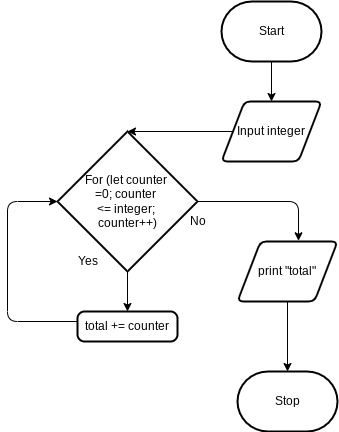
Before: design/flowchart.png, a diagram exported from draw.io (marshall-demars/ICS20-Unit5-07-JS). Source tidied: cells renumbered, new cells last; positions are measured from the earlier drawing's top-left corner, leaving out a move shared by most shapes.
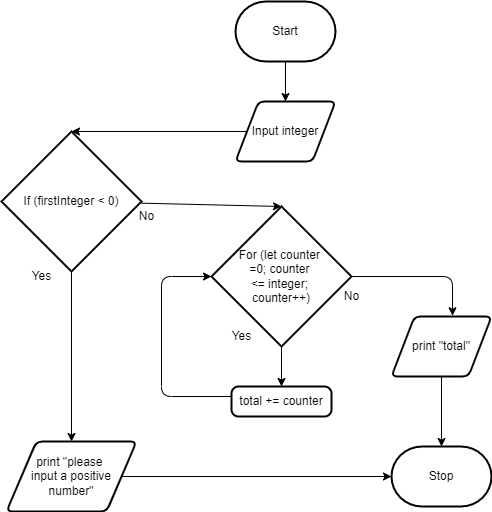
After the commit.

What changed in the source:
```diff
@@ -6,13 +6,13 @@
       <mxGeometry relative="1" as="geometry" />
     </mxCell>
     <mxCell id="3" value="Start" style="strokeWidth=2;html=1;shape=mxgraph.flowchart.terminator;whiteSpace=wrap;" parent="1" vertex="1">
-      <mxGeometry x="214" width="100" height="60" as="geometry" />
+      <mxGeometry x="74" y="-75" width="100" height="60" as="geometry" />
     </mxCell>
-    <mxCell id="4" style="edgeStyle=none;html=1;entryX=0.5;entryY=0;entryDx=0;entryDy=0;entryPerimeter=0;" parent="1" edge="1" source="5" target="8">
-      <mxGeometry relative="1" as="geometry" />
-    </mxCell>
+    <mxCell id="16" style="edgeStyle=none;html=1;entryX=0.5;entryY=0;entryDx=0;entryDy=0;entryPerimeter=0;" parent="1" edge="1" source="5" target="19">
+      <mxGeometry relative="1" as="geometry" />
+    </mxCell>
     <mxCell id="5" value="Input integer" style="shape=parallelogram;html=1;strokeWidth=2;perimeter=parallelogramPerimeter;whiteSpace=wrap;rounded=1;arcSize=12;size=0.23;" parent="1" vertex="1">
-      <mxGeometry x="214" y="100" width="100" height="60" as="geometry" />
+      <mxGeometry x="74" y="25" width="100" height="60" as="geometry" />
     </mxCell>
     <mxCell id="6" style="edgeStyle=none;html=1;" parent="1" edge="1" source="8">
       <mxGeometry relative="1" as="geometry">
@@ -51,5 +51,26 @@
     <mxCell id="15" value="total += counter" style="rounded=1;whiteSpace=wrap;html=1;absoluteArcSize=1;arcSize=14;strokeWidth=2;" parent="1" vertex="1">
       <mxGeometry x="70" y="310" width="100" height="30" as="geometry" />
     </mxCell>
+    <mxCell id="17" style="edgeStyle=none;html=1;entryX=0.5;entryY=0;entryDx=0;entryDy=0;" parent="1" edge="1" source="19" target="21">
+      <mxGeometry relative="1" as="geometry" />
+    </mxCell>
+    <mxCell id="18" style="edgeStyle=none;html=1;entryX=0.5;entryY=0;entryDx=0;entryDy=0;entryPerimeter=0;" parent="1" edge="1" source="19" target="8">
+      <mxGeometry relative="1" as="geometry" />
+    </mxCell>
+    <mxCell id="19" value="If (firstInteger &amp;lt; 0)" style="strokeWidth=2;html=1;shape=mxgraph.flowchart.decision;whiteSpace=wrap;" parent="1" vertex="1">
+      <mxGeometry x="-160" y="55" width="140" height="140" as="geometry" />
+    </mxCell>
+    <mxCell id="20" style="edgeStyle=none;html=1;entryX=0;entryY=0.5;entryDx=0;entryDy=0;entryPerimeter=0;" parent="1" edge="1" source="21" target="13">
+      <mxGeometry relative="1" as="geometry" />
+    </mxCell>
+    <mxCell id="21" value="print &quot;please &lt;br&gt;input a positive number&quot;" style="shape=parallelogram;html=1;strokeWidth=2;perimeter=parallelogramPerimeter;whiteSpace=wrap;rounded=1;arcSize=12;size=0.23;" parent="1" vertex="1">
+      <mxGeometry x="-155" y="365" width="130" height="70" as="geometry" />
+    </mxCell>
+    <mxCell id="22" value="Yes" style="text;html=1;align=center;verticalAlign=middle;strokeColor=none;fillColor=none;" parent="1" vertex="1">
+      <mxGeometry x="-140" y="190" width="40" height="20" as="geometry" />
+    </mxCell>
+    <mxCell id="23" value="No" style="text;html=1;align=center;verticalAlign=middle;strokeColor=none;fillColor=none;" parent="1" vertex="1">
+      <mxGeometry x="-30" y="130" width="30" height="20" as="geometry" />
+    </mxCell>
   </root>
 </mxGraphModel>
```
